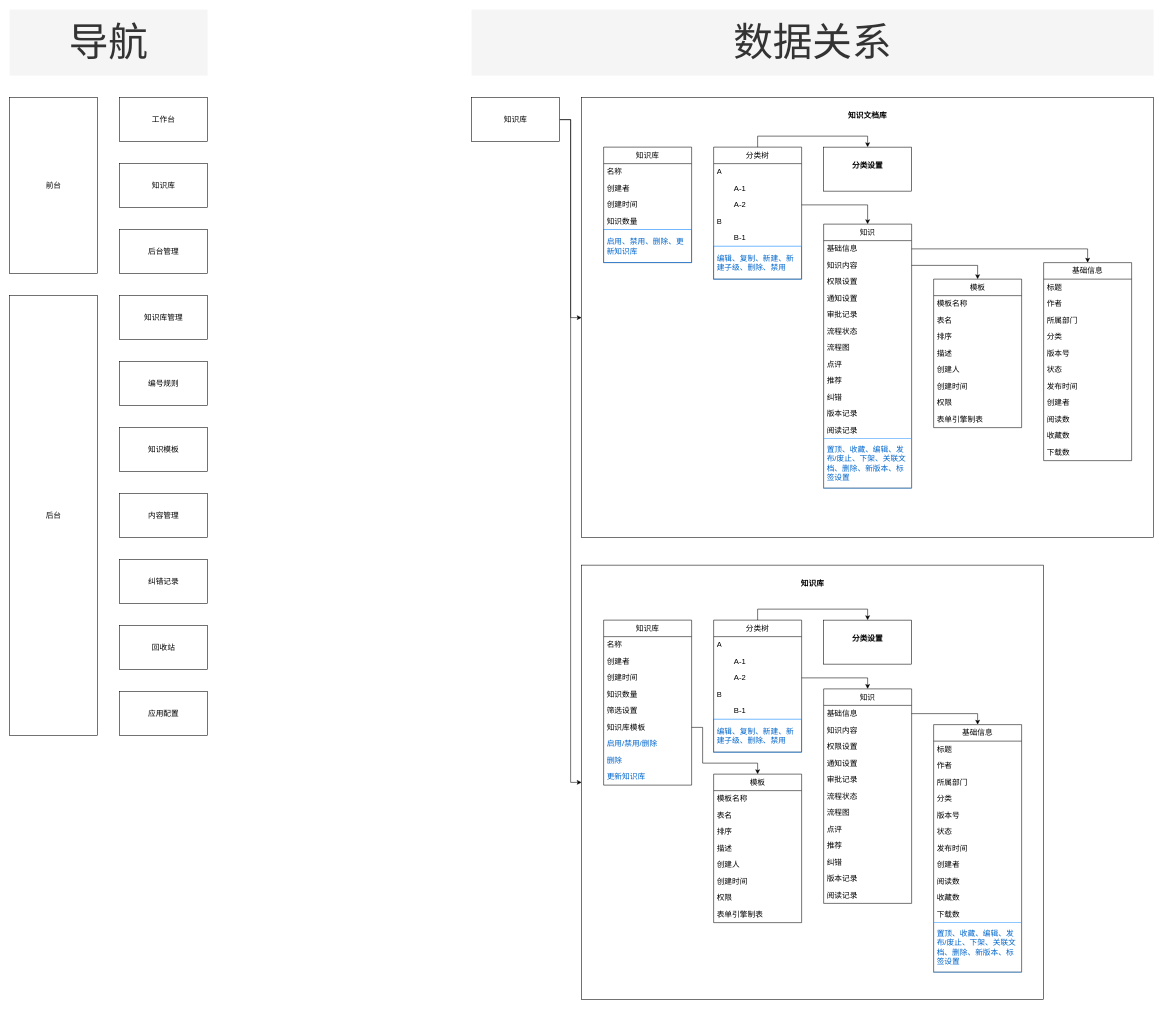
ottopan/drawforme keeps this draw.io diagram as 知识仓库应用.drawio. Above is the earlier version. Source tidied: cells renumbered, new cells numbered last; positions are measured from the earlier drawing's top-left corner, leaving out a move shared by most shapes. Both pictures are drawn from the tidied source at 55%, with x=0, y=0 at pixel (9, 9).
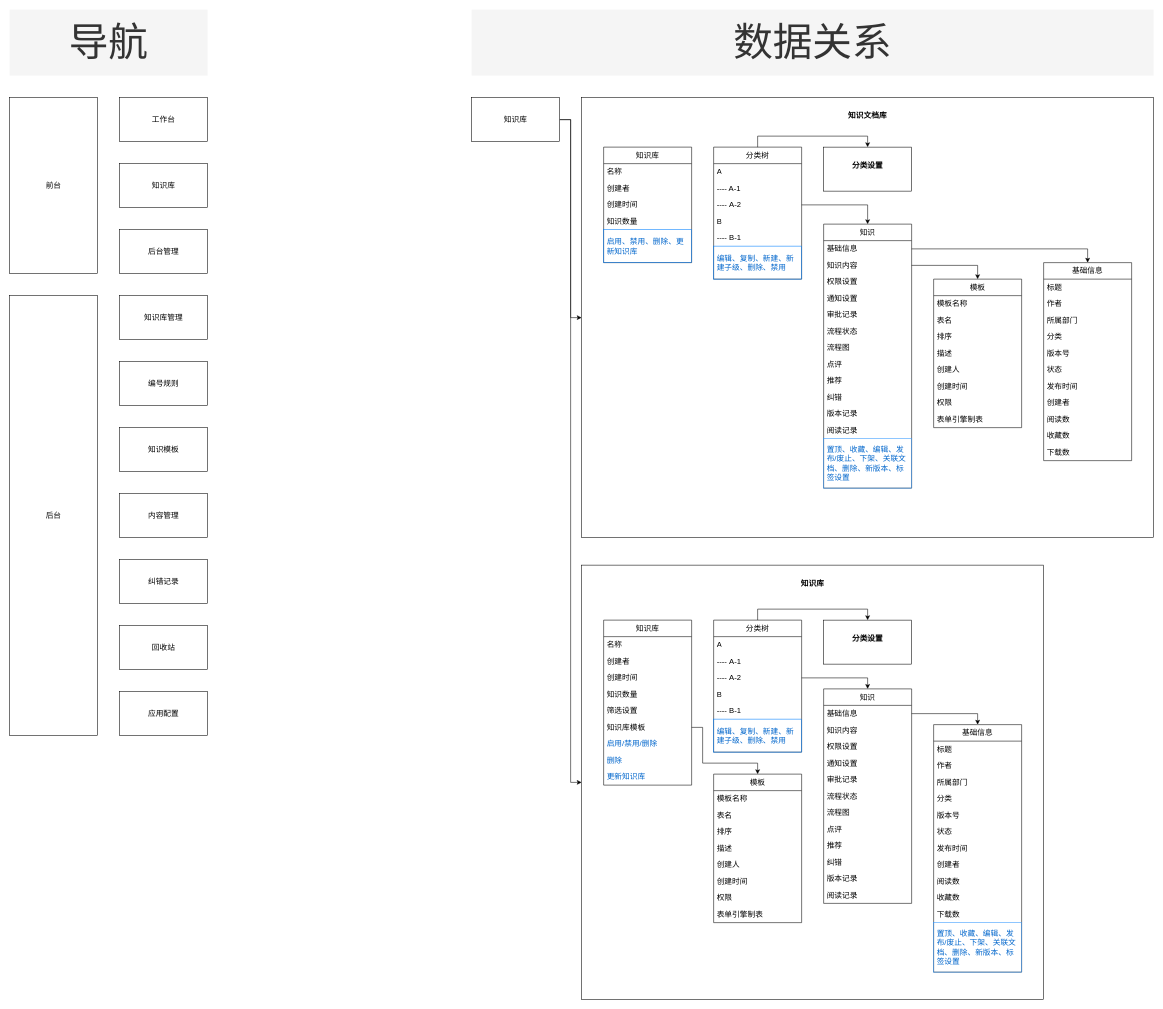
Above is the later version.

Commit message:
更新知识仓库应用.drawio

Unchanged cells that the change refers to:
```xml
<mxCell id="23" value="分类树" style="swimlane;fontStyle=0;horizontal=1;startSize=30;whiteSpace=wrap;html=1;rounded=0;strokeColor=default;align=center;verticalAlign=middle;fontFamily=Helvetica;fontSize=14;fontColor=default;fillColor=default;" parent="16" vertex="1">
  <mxGeometry x="240" y="90" width="160" height="240" as="geometry" />
</mxCell>
<mxCell id="82" value="分类树" style="swimlane;fontStyle=0;horizontal=1;startSize=30;whiteSpace=wrap;html=1;rounded=0;strokeColor=default;align=center;verticalAlign=middle;fontFamily=Helvetica;fontSize=14;fontColor=default;fillColor=default;" parent="70" vertex="1">
  <mxGeometry x="240" y="100" width="160" height="240" as="geometry" />
</mxCell>
```

Diff of the diagram source:
```diff
@@
-    <mxCell id="25" value="&lt;span style=&quot;white-space: pre;&quot;&gt;&#9;&lt;/span&gt;A-1" style="text;strokeColor=none;fillColor=none;align=left;verticalAlign=middle;spacingLeft=4;spacingRight=4;overflow=hidden;whiteSpace=wrap;html=1;fontFamily=Helvetica;fontSize=14;fontColor=default;" parent="23" vertex="1">
+    <mxCell id="25" value="---- A-1" style="text;strokeColor=none;fillColor=none;align=left;verticalAlign=middle;spacingLeft=4;spacingRight=4;overflow=hidden;whiteSpace=wrap;html=1;fontFamily=Helvetica;fontSize=14;fontColor=default;" parent="23" vertex="1">
       <mxGeometry y="60" width="160" height="30" as="geometry" />
     </mxCell>
-    <mxCell id="26" value="&lt;span style=&quot;white-space: pre;&quot;&gt;&#9;&lt;/span&gt;A-2" style="text;strokeColor=none;fillColor=none;align=left;verticalAlign=middle;spacingLeft=4;spacingRight=4;overflow=hidden;points=[[0,0.5],[1,0.5]];portConstraint=eastwest;whiteSpace=wrap;html=1;fontFamily=Helvetica;fontSize=14;fontColor=default;" parent="23" vertex="1">
+    <mxCell id="26" value="----&amp;nbsp;A-2" style="text;strokeColor=none;fillColor=none;align=left;verticalAlign=middle;spacingLeft=4;spacingRight=4;overflow=hidden;points=[[0,0.5],[1,0.5]];portConstraint=eastwest;whiteSpace=wrap;html=1;fontFamily=Helvetica;fontSize=14;fontColor=default;" parent="23" vertex="1">
       <mxGeometry y="90" width="160" height="30" as="geometry" />
     </mxCell>
@@
-    <mxCell id="28" value="&lt;span style=&quot;white-space: pre;&quot;&gt;&#9;&lt;/span&gt;B-1" style="text;strokeColor=none;fillColor=none;align=left;verticalAlign=middle;spacingLeft=4;spacingRight=4;overflow=hidden;whiteSpace=wrap;html=1;fontFamily=Helvetica;fontSize=14;fontColor=#000000;" parent="23" vertex="1">
+    <mxCell id="28" value="----&amp;nbsp;B-1" style="text;strokeColor=none;fillColor=none;align=left;verticalAlign=middle;spacingLeft=4;spacingRight=4;overflow=hidden;whiteSpace=wrap;html=1;fontFamily=Helvetica;fontSize=14;fontColor=#000000;" parent="23" vertex="1">
       <mxGeometry y="150" width="160" height="30" as="geometry" />
     </mxCell>
@@
-    <mxCell id="84" value="&lt;span style=&quot;white-space: pre;&quot;&gt;&#9;&lt;/span&gt;A-1" style="text;strokeColor=none;fillColor=none;align=left;verticalAlign=middle;spacingLeft=4;spacingRight=4;overflow=hidden;whiteSpace=wrap;html=1;fontFamily=Helvetica;fontSize=14;fontColor=default;" parent="82" vertex="1">
+    <mxCell id="84" value="----&amp;nbsp;A-1" style="text;strokeColor=none;fillColor=none;align=left;verticalAlign=middle;spacingLeft=4;spacingRight=4;overflow=hidden;whiteSpace=wrap;html=1;fontFamily=Helvetica;fontSize=14;fontColor=default;" parent="82" vertex="1">
       <mxGeometry y="60" width="160" height="30" as="geometry" />
     </mxCell>
-    <mxCell id="85" value="&lt;span style=&quot;white-space: pre;&quot;&gt;&#9;&lt;/span&gt;A-2" style="text;strokeColor=none;fillColor=none;align=left;verticalAlign=middle;spacingLeft=4;spacingRight=4;overflow=hidden;points=[[0,0.5],[1,0.5]];portConstraint=eastwest;whiteSpace=wrap;html=1;fontFamily=Helvetica;fontSize=14;fontColor=default;" parent="82" vertex="1">
+    <mxCell id="85" value="----&amp;nbsp;A-2" style="text;strokeColor=none;fillColor=none;align=left;verticalAlign=middle;spacingLeft=4;spacingRight=4;overflow=hidden;points=[[0,0.5],[1,0.5]];portConstraint=eastwest;whiteSpace=wrap;html=1;fontFamily=Helvetica;fontSize=14;fontColor=default;" parent="82" vertex="1">
       <mxGeometry y="90" width="160" height="30" as="geometry" />
     </mxCell>
@@
-    <mxCell id="87" value="&lt;span style=&quot;white-space: pre;&quot;&gt;&#9;&lt;/span&gt;B-1" style="text;strokeColor=none;fillColor=none;align=left;verticalAlign=middle;spacingLeft=4;spacingRight=4;overflow=hidden;whiteSpace=wrap;html=1;fontFamily=Helvetica;fontSize=14;fontColor=#000000;" parent="82" vertex="1">
+    <mxCell id="87" value="----&amp;nbsp;B-1" style="text;strokeColor=none;fillColor=none;align=left;verticalAlign=middle;spacingLeft=4;spacingRight=4;overflow=hidden;whiteSpace=wrap;html=1;fontFamily=Helvetica;fontSize=14;fontColor=#000000;" parent="82" vertex="1">
       <mxGeometry y="150" width="160" height="30" as="geometry" />
     </mxCell>
```
